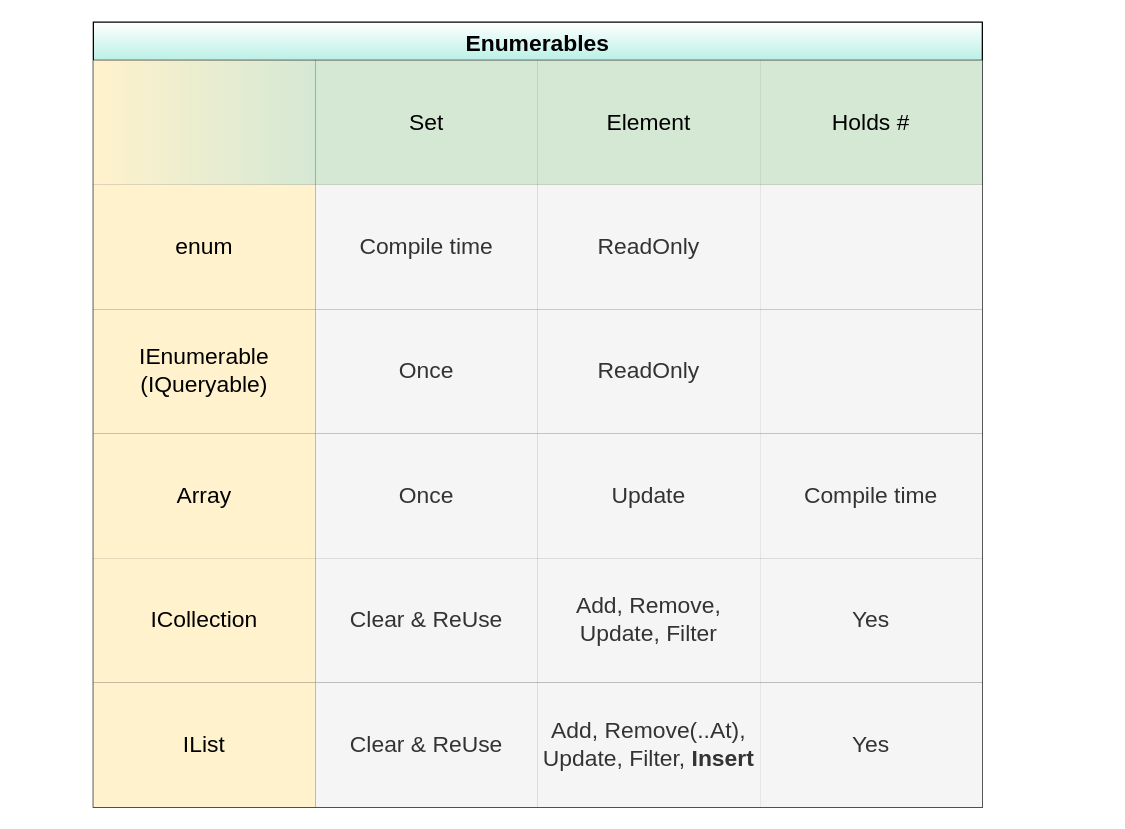
Above: Enumerability.drawio in linuxnt64/c-sharp-dokument (draw.io), before the change. Source tidied: cells renumbered, new cells numbered last; positions are measured from the earlier drawing's top-left corner, leaving out a move shared by most shapes. Both pictures are drawn from the tidied source at 127%, with x=0, y=0 at pixel (93, 22).
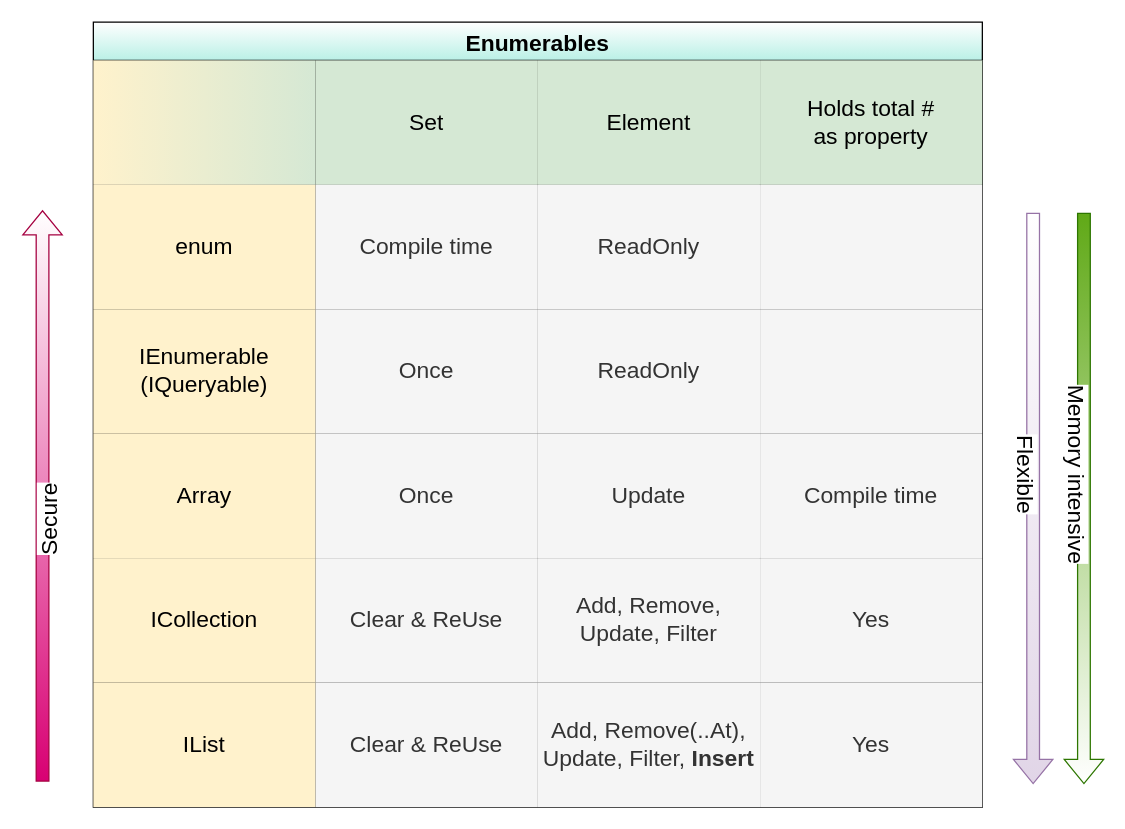
After the change.

Commit message (it also covers changes not shown here):
Enumerables comparison chart added added versatility, etc.

Unchanged cells that the change refers to:
```xml
<mxCell id="3" style="shape=tableRow;horizontal=0;startSize=0;swimlaneHead=0;swimlaneBody=0;top=0;left=0;bottom=0;right=0;fillColor=none;" parent="2" vertex="1">
  <mxGeometry y="30" width="700" height="98" as="geometry" />
</mxCell>
```

Diff of the diagram source:
```diff
@@
-    <mxCell id="7" value="Holds #" style="shape=partialRectangle;html=1;whiteSpace=wrap;fillColor=#d5e8d4;top=0;left=0;bottom=0;right=0;overflow=hidden;fontSize=18;strokeColor=#82b366;" parent="3" vertex="1">
+    <mxCell id="7" value="Holds total #&lt;br&gt;as property" style="shape=partialRectangle;html=1;whiteSpace=wrap;fillColor=#d5e8d4;top=0;left=0;bottom=0;right=0;overflow=hidden;fontSize=18;strokeColor=#82b366;" parent="3" vertex="1">
       <mxGeometry x="525" width="175" height="98" as="geometry" />
     </mxCell>
@@
+    <mxCell id="33" style="shape=flexArrow;endArrow=classic;html=1;rounded=0;fontFamily=Helvetica;fontSize=18;fontColor=default;fillColor=#d80073;strokeColor=#A50040;gradientColor=#ffffff;gradientDirection=north;" parent="1" edge="1">
+      <mxGeometry relative="1" as="geometry">
+        <mxPoint x="-40" y="598" as="sourcePoint" />
+        <mxPoint x="-40" y="148" as="targetPoint" />
+      </mxGeometry>
+    </mxCell>
+    <mxCell id="34" value="Secure" style="edgeLabel;html=1;align=center;verticalAlign=middle;fontSize=18;fontFamily=Helvetica;fontColor=default;rotation=-90;" parent="33" vertex="1">
+      <mxGeometry x="-0.09" y="-5" relative="1" as="geometry" />
+    </mxCell>
+    <mxCell id="35" style="shape=flexArrow;endArrow=classic;html=1;rounded=0;fontFamily=Helvetica;fontSize=18;fontColor=default;fillColor=#e1d5e7;strokeColor=#9673a6;gradientColor=#ffffff;gradientDirection=north;" parent="1" edge="1">
+      <mxGeometry relative="1" as="geometry">
+        <mxPoint x="740" y="150" as="sourcePoint" />
+        <mxPoint x="740" y="600" as="targetPoint" />
+      </mxGeometry>
+    </mxCell>
+    <mxCell id="36" value="Flexible" style="edgeLabel;html=1;align=center;verticalAlign=middle;fontSize=18;fontFamily=Helvetica;fontColor=default;rotation=90;" parent="35" vertex="1">
+      <mxGeometry x="-0.09" y="-5" relative="1" as="geometry" />
+    </mxCell>
+    <mxCell id="37" style="shape=flexArrow;endArrow=classic;html=1;rounded=0;fontFamily=Helvetica;fontSize=18;fontColor=default;fillColor=#60a917;strokeColor=#2D7600;gradientColor=#ffffff;" parent="1" edge="1">
+      <mxGeometry relative="1" as="geometry">
+        <mxPoint x="780" y="150" as="sourcePoint" />
+        <mxPoint x="780" y="600" as="targetPoint" />
+      </mxGeometry>
+    </mxCell>
+    <mxCell id="38" value="Memory intensive" style="edgeLabel;html=1;align=center;verticalAlign=middle;fontSize=18;fontFamily=Helvetica;fontColor=default;rotation=90;" parent="37" vertex="1">
+      <mxGeometry x="-0.09" y="-5" relative="1" as="geometry" />
+    </mxCell>
```
